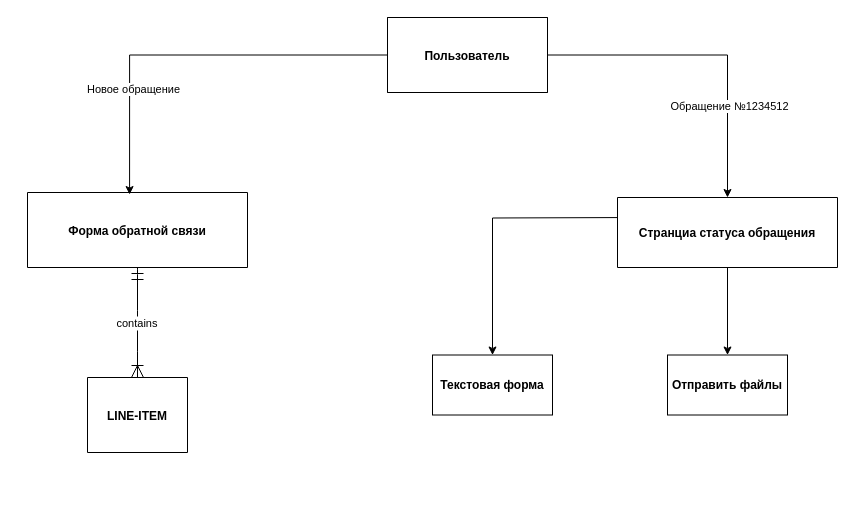
Earlier version of the draw.io diagram Application/Untitled Diagram.drawio (Beattle/app). Source tidied: cells renumbered, new cells numbered last; positions are measured from the earlier drawing's top-left corner, leaving out a move shared by most shapes. Both pictures are drawn from the tidied source at 100%, with x=0, y=0 at pixel (27, 17).
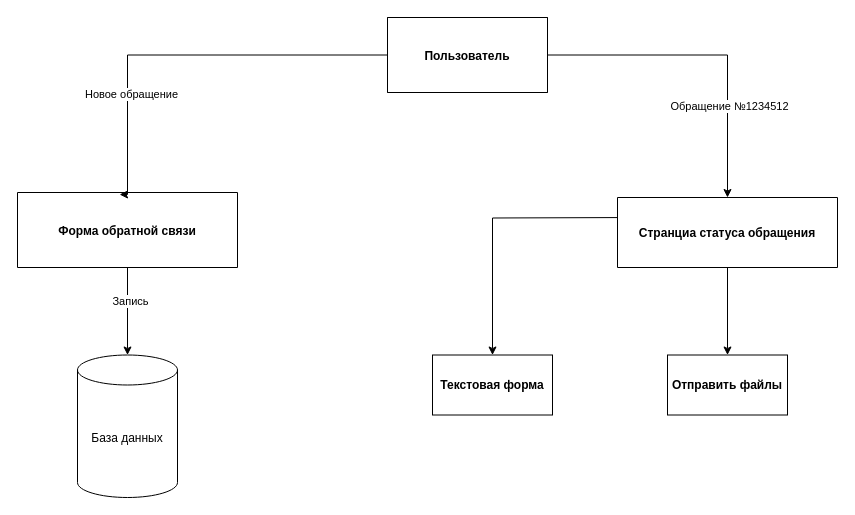
After the change.

Diff of the diagram source:
```diff
@@
 <mxGraphModel>
   <root>
     <mxCell id="0" />
     <mxCell id="1" parent="0" />
     <mxCell id="2" style="edgeStyle=orthogonalEdgeStyle;rounded=0;jettySize=auto;html=1;entryX=0.5;entryY=0;entryDx=0;entryDy=0;" parent="1" edge="1" source="4" target="9">
       <mxGeometry relative="1" as="geometry" />
     </mxCell>
     <mxCell id="3" value="Обращение №1234512" style="edgeLabel;html=1;align=center;verticalAlign=middle;" parent="2" vertex="1">
       <mxGeometry x="0.43" y="1" relative="1" as="geometry" />
     </mxCell>
     <mxCell id="4" value="Пользователь" style="shape=table;startSize=75;childLayout=tableLayout;rowLines=1;fontStyle=1;align=center;" parent="1" vertex="1">
       <mxGeometry x="360" width="160" height="75" as="geometry" />
     </mxCell>
+    <mxCell id="16" style="edgeStyle=orthogonalEdgeStyle;rounded=0;jettySize=auto;html=1;" parent="1" edge="1" source="5" target="18">
+      <mxGeometry relative="1" as="geometry" />
+    </mxCell>
+    <mxCell id="17" value="Запись" style="edgeLabel;html=1;align=center;verticalAlign=middle;" parent="16" vertex="1">
+      <mxGeometry x="-0.25" y="2" relative="1" as="geometry" />
+    </mxCell>
     <mxCell id="5" value="Форма обратной связи" style="shape=table;startSize=75;childLayout=tableLayout;rowLines=1;fontStyle=1;align=center;" parent="1" vertex="1">
-      <mxGeometry y="175" width="220" height="75" as="geometry" />
+      <mxGeometry x="-10" y="175" width="220" height="75" as="geometry" />
     </mxCell>
-    <mxCell id="6" value="LINE-ITEM" style="shape=table;startSize=75;childLayout=tableLayout;rowLines=1;fontStyle=1;align=center;" parent="1" vertex="1">
-      <mxGeometry x="60" y="360" width="100" height="75" as="geometry" />
-    </mxCell>
     <mxCell id="7" style="edgeStyle=orthogonalEdgeStyle;rounded=0;jettySize=auto;html=1;entryX=0.5;entryY=0;entryDx=0;entryDy=0;" parent="1" edge="1" target="11">
       <mxGeometry relative="1" as="geometry">
         <mxPoint x="610" y="200" as="sourcePoint" />
       </mxGeometry>
     </mxCell>
     <mxCell id="8" style="edgeStyle=orthogonalEdgeStyle;rounded=0;jettySize=auto;html=1;" parent="1" edge="1" source="9" target="12">
       <mxGeometry relative="1" as="geometry" />
     </mxCell>
     <mxCell id="9" value="Странциа статуса обращения" style="shape=table;startSize=75;childLayout=tableLayout;rowLines=1;fontStyle=1;align=center;" parent="1" vertex="1">
       <mxGeometry x="590" y="180" width="220" height="70" as="geometry" />
     </mxCell>
-    <mxCell id="10" value="contains" style="curved=1;startArrow=ERmandOne;startSize=10;endArrow=ERoneToMany;endSize=10;exitX=0.5;exitY=1;entryX=0.5;entryY=0;" parent="1" edge="1" source="5" target="6">
-      <mxGeometry relative="1" as="geometry" />
-    </mxCell>
     <mxCell id="11" value="Текстовая форма" style="whiteSpace=wrap;html=1;startSize=75;fontStyle=1;" parent="1" vertex="1">
       <mxGeometry x="405" y="337.5" width="120" height="60" as="geometry" />
     </mxCell>
     <mxCell id="12" value="Отправить файлы" style="whiteSpace=wrap;html=1;startSize=75;fontStyle=1;" parent="1" vertex="1">
       <mxGeometry x="640" y="337.5" width="120" height="60" as="geometry" />
     </mxCell>
     <mxCell id="13" value="Пользователь" style="shape=table;startSize=75;childLayout=tableLayout;rowLines=1;fontStyle=1;align=center;" parent="1" vertex="1">
       <mxGeometry x="360" width="160" height="75" as="geometry" />
     </mxCell>
     <mxCell id="14" style="edgeStyle=orthogonalEdgeStyle;rounded=0;jettySize=auto;html=1;entryX=0.464;entryY=0.027;entryDx=0;entryDy=0;entryPerimeter=0;" parent="1" edge="1" source="13" target="5">
-      <mxGeometry relative="1" as="geometry" />
+      <mxGeometry relative="1" as="geometry">
+        <Array as="points">
+          <mxPoint x="100" y="38" />
+          <mxPoint x="100" y="177" />
+        </Array>
+      </mxGeometry>
     </mxCell>
     <mxCell id="15" value="Новое обращение" style="edgeLabel;html=1;align=center;verticalAlign=middle;" parent="14" vertex="1">
       <mxGeometry x="0.47" y="3" relative="1" as="geometry" />
     </mxCell>
+    <mxCell id="18" value="База данных" style="shape=cylinder3;whiteSpace=wrap;html=1;boundedLbl=1;backgroundOutline=1;size=15;" parent="1" vertex="1">
+      <mxGeometry x="50" y="337.5" width="100" height="142.5" as="geometry" />
+    </mxCell>
   </root>
 </mxGraphModel>
```
